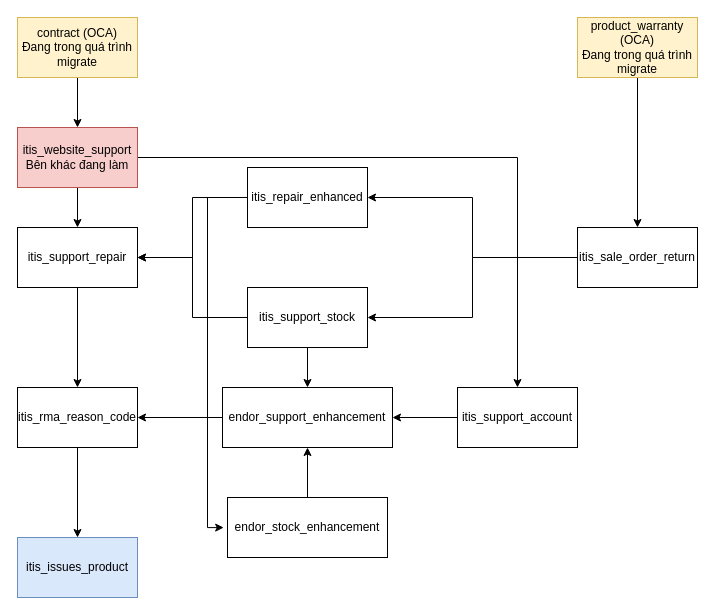
This is Untitled Diagram.drawio from CcccKaaaa/Personal, a draw.io file, before an edit. Source tidied: cells renumbered, new cells numbered last; positions are measured from the earlier drawing's top-left corner, leaving out a move shared by most shapes. Both pictures are drawn from the tidied source at 100%, with x=0, y=0 at pixel (17, 17).
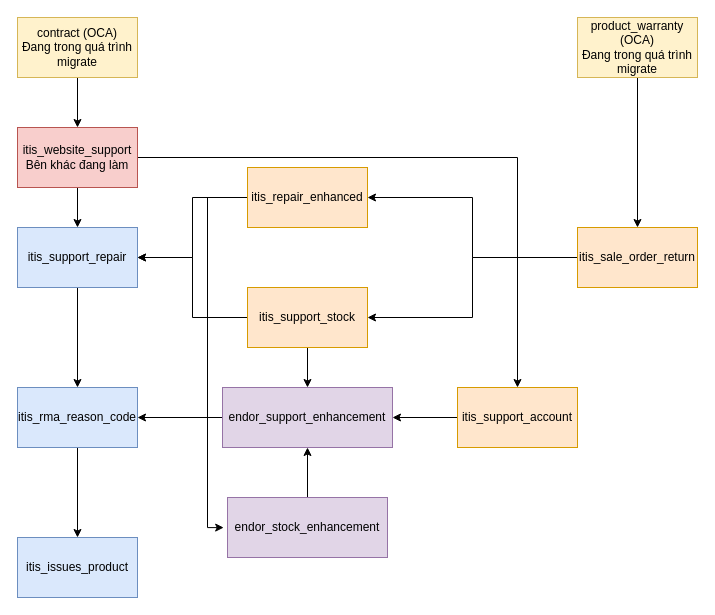
Above is the later version.

Diff of the diagram source:
```diff
@@
-    <mxCell id="9" value="itis_support_repair" style="rounded=0;whiteSpace=wrap;html=1;" parent="1" vertex="1">
+    <mxCell id="9" value="itis_support_repair" style="rounded=0;whiteSpace=wrap;html=1;fillColor=#dae8fc;strokeColor=#6c8ebf;" parent="1" vertex="1">
       <mxGeometry y="210" width="120" height="60" as="geometry" />
     </mxCell>
@@
-    <mxCell id="12" value="itis_support_stock" style="rounded=0;whiteSpace=wrap;html=1;" parent="1" vertex="1">
+    <mxCell id="12" value="itis_support_stock" style="rounded=0;whiteSpace=wrap;html=1;fillColor=#ffe6cc;strokeColor=#d79b00;" parent="1" vertex="1">
       <mxGeometry x="230" y="270" width="120" height="60" as="geometry" />
     </mxCell>
@@
-    <mxCell id="15" value="itis_repair_enhanced" style="rounded=0;whiteSpace=wrap;html=1;" parent="1" vertex="1">
+    <mxCell id="15" value="itis_repair_enhanced" style="rounded=0;whiteSpace=wrap;html=1;fillColor=#ffe6cc;strokeColor=#d79b00;" parent="1" vertex="1">
       <mxGeometry x="230" y="150" width="120" height="60" as="geometry" />
     </mxCell>
@@
-    <mxCell id="18" value="itis_sale_order_return" style="rounded=0;whiteSpace=wrap;html=1;" parent="1" vertex="1">
+    <mxCell id="18" value="itis_sale_order_return" style="rounded=0;whiteSpace=wrap;html=1;fillColor=#ffe6cc;strokeColor=#d79b00;" parent="1" vertex="1">
       <mxGeometry x="560" y="210" width="120" height="60" as="geometry" />
     </mxCell>
@@
-    <mxCell id="22" value="itis_rma_reason_code" style="rounded=0;whiteSpace=wrap;html=1;" parent="1" vertex="1">
+    <mxCell id="22" value="itis_rma_reason_code" style="rounded=0;whiteSpace=wrap;html=1;fillColor=#dae8fc;strokeColor=#6c8ebf;" parent="1" vertex="1">
       <mxGeometry y="370" width="120" height="60" as="geometry" />
     </mxCell>
@@
-    <mxCell id="24" value="endor_support_enhancement" style="rounded=0;whiteSpace=wrap;html=1;" parent="1" vertex="1">
+    <mxCell id="24" value="endor_support_enhancement" style="rounded=0;whiteSpace=wrap;html=1;fillColor=#e1d5e7;strokeColor=#9673a6;" parent="1" vertex="1">
       <mxGeometry x="205" y="370" width="170" height="60" as="geometry" />
     </mxCell>
@@
-    <mxCell id="26" value="itis_support_account" style="rounded=0;whiteSpace=wrap;html=1;" parent="1" vertex="1">
+    <mxCell id="26" value="itis_support_account" style="rounded=0;whiteSpace=wrap;html=1;fillColor=#ffe6cc;strokeColor=#d79b00;" parent="1" vertex="1">
       <mxGeometry x="440" y="370" width="120" height="60" as="geometry" />
     </mxCell>
@@
-    <mxCell id="28" value="endor_stock_enhancement" style="rounded=0;whiteSpace=wrap;html=1;" parent="1" vertex="1">
+    <mxCell id="28" value="endor_stock_enhancement" style="rounded=0;whiteSpace=wrap;html=1;fillColor=#e1d5e7;strokeColor=#9673a6;" parent="1" vertex="1">
       <mxGeometry x="210" y="480" width="160" height="60" as="geometry" />
     </mxCell>
```
